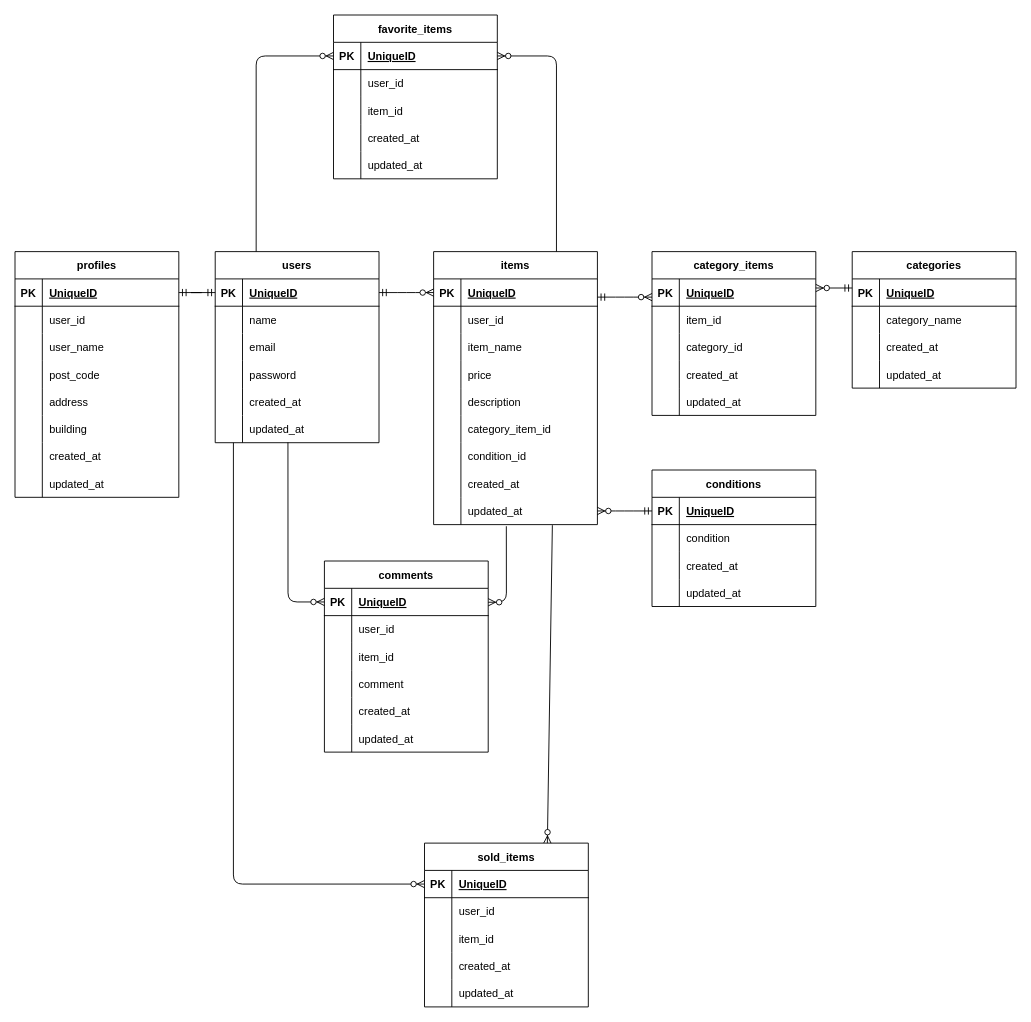
Earlier version of the draw.io diagram src/er.dio (sakanadaketabetetai/coachtech_flea_market). Source tidied: cells renumbered, new cells numbered last; positions are measured from the earlier drawing's top-left corner, leaving out a move shared by most shapes. Both pictures are drawn from the tidied source at 91%, with x=0, y=0 at pixel (15, 15).
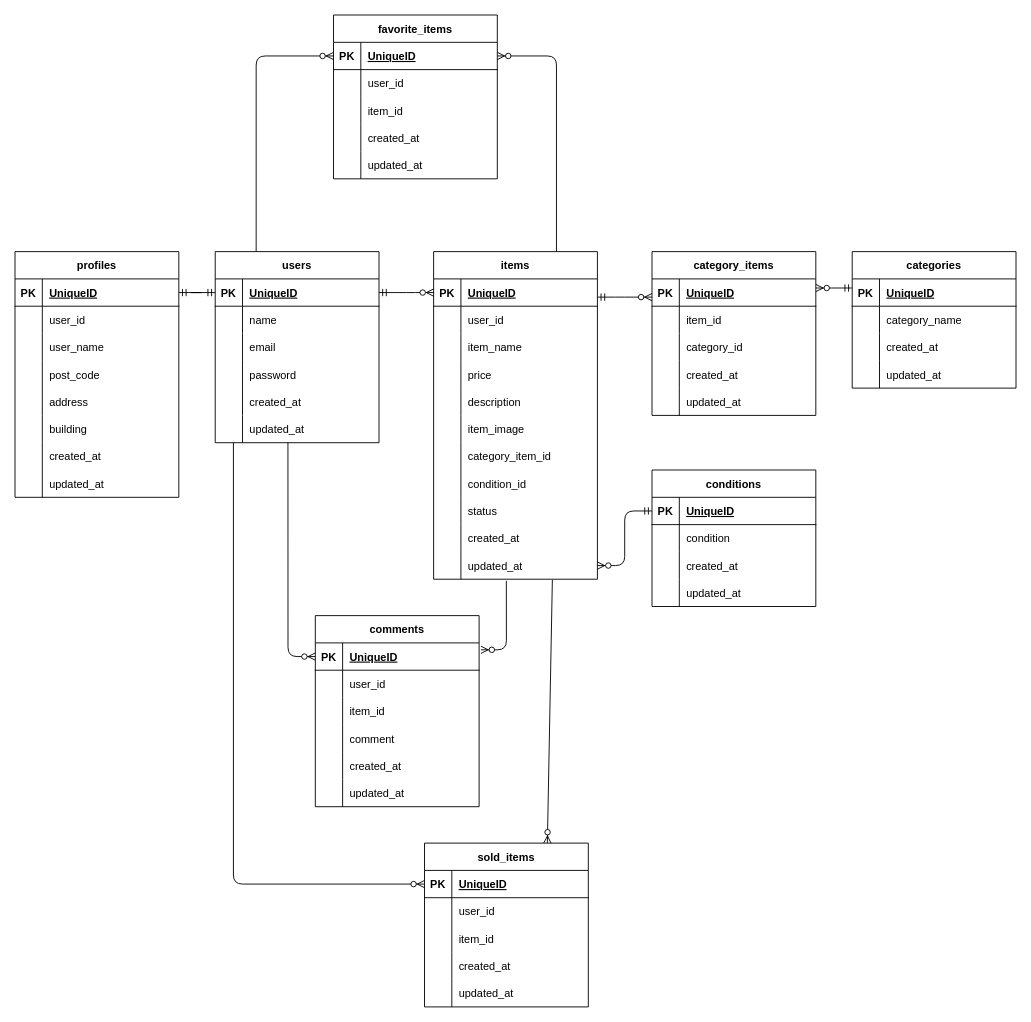
The same page after the edit.

The change refers to these unchanged cells:
```xml
<mxCell id="120" style="shape=tableRow;horizontal=0;startSize=0;swimlaneHead=0;swimlaneBody=0;fillColor=none;points=[[0,0.5],[1,0.5]];portConstraint=eastwest;top=0;left=0;right=0;bottom=1;" parent="119" vertex="1">
  <mxGeometry y="30" width="180" height="30" as="geometry" />
</mxCell>
```

The edit, as a diff of the source:
```diff
@@
     <mxCell id="21" value="items" style="shape=table;startSize=30;childLayout=tableLayout;rowLines=0;fontStyle=1;align=center;" parent="1" vertex="1">
-      <mxGeometry x="460" y="260" width="180" height="300" as="geometry" />
+      <mxGeometry x="460" y="260" width="180" height="360" as="geometry" />
     </mxCell>
@@
+    <mxCell id="178" style="shape=tableRow;horizontal=0;startSize=0;swimlaneHead=0;swimlaneBody=0;fillColor=none;top=0;left=0;right=0;bottom=0;" parent="21" vertex="1">
+      <mxGeometry y="180" width="180" height="30" as="geometry" />
+    </mxCell>
+    <mxCell id="179" style="shape=partialRectangle;fillColor=none;top=0;left=0;bottom=0;right=0;overflow=hidden;" parent="178" vertex="1">
+      <mxGeometry width="30" height="30" as="geometry" />
+    </mxCell>
+    <mxCell id="180" value="item_image" style="shape=partialRectangle;fillColor=none;top=0;left=0;bottom=0;right=0;align=left;spacingLeft=6;overflow=hidden;" parent="178" vertex="1">
+      <mxGeometry x="30" width="150" height="30" as="geometry" />
+    </mxCell>
     <mxCell id="37" style="shape=tableRow;horizontal=0;startSize=0;swimlaneHead=0;swimlaneBody=0;fillColor=none;top=0;left=0;right=0;bottom=0;" parent="21" vertex="1">
-      <mxGeometry y="180" width="180" height="30" as="geometry" />
+      <mxGeometry y="210" width="180" height="30" as="geometry" />
     </mxCell>
@@
     <mxCell id="40" style="shape=tableRow;horizontal=0;startSize=0;swimlaneHead=0;swimlaneBody=0;fillColor=none;top=0;left=0;right=0;bottom=0;" parent="21" vertex="1">
-      <mxGeometry y="210" width="180" height="30" as="geometry" />
+      <mxGeometry y="240" width="180" height="30" as="geometry" />
     </mxCell>
@@
+    <mxCell id="181" style="shape=tableRow;horizontal=0;startSize=0;swimlaneHead=0;swimlaneBody=0;fillColor=none;top=0;left=0;right=0;bottom=0;" parent="21" vertex="1">
+      <mxGeometry y="270" width="180" height="30" as="geometry" />
+    </mxCell>
+    <mxCell id="182" style="shape=partialRectangle;fillColor=none;top=0;left=0;bottom=0;right=0;overflow=hidden;" parent="181" vertex="1">
+      <mxGeometry width="30" height="30" as="geometry" />
+    </mxCell>
+    <mxCell id="183" value="status" style="shape=partialRectangle;fillColor=none;top=0;left=0;bottom=0;right=0;align=left;spacingLeft=6;overflow=hidden;" parent="181" vertex="1">
+      <mxGeometry x="30" width="150" height="30" as="geometry" />
+    </mxCell>
     <mxCell id="43" style="shape=tableRow;horizontal=0;startSize=0;swimlaneHead=0;swimlaneBody=0;fillColor=none;top=0;left=0;right=0;bottom=0;" parent="21" vertex="1">
-      <mxGeometry y="240" width="180" height="30" as="geometry" />
+      <mxGeometry y="300" width="180" height="30" as="geometry" />
     </mxCell>
@@
     <mxCell id="46" style="shape=tableRow;horizontal=0;startSize=0;swimlaneHead=0;swimlaneBody=0;fillColor=none;points=[[0,0.5],[1,0.5]];portConstraint=eastwest;top=0;left=0;right=0;bottom=0;" parent="21" vertex="1">
-      <mxGeometry y="270" width="180" height="30" as="geometry" />
+      <mxGeometry y="330" width="180" height="30" as="geometry" />
     </mxCell>
@@
     <mxCell id="119" value="comments" style="shape=table;startSize=30;childLayout=tableLayout;rowLines=0;fontStyle=1;align=center;" parent="1" vertex="1">
-      <mxGeometry x="340" y="600" width="180" height="210" as="geometry" />
+      <mxGeometry x="330" y="660" width="180" height="210" as="geometry" />
     </mxCell>
@@
-    <mxCell id="174" style="edgeStyle=elbowEdgeStyle;fontSize=12;html=1;endArrow=ERzeroToMany;endFill=1;entryX=0;entryY=0.5;entryDx=0;entryDy=0;exitX=0.444;exitY=1.06;exitDx=0;exitDy=0;exitPerimeter=0;" parent="1" edge="1" source="46">
+    <mxCell id="174" style="edgeStyle=elbowEdgeStyle;fontSize=12;html=1;endArrow=ERzeroToMany;endFill=1;entryX=1.011;entryY=0.253;entryDx=0;entryDy=0;exitX=0.444;exitY=1.06;exitDx=0;exitDy=0;exitPerimeter=0;entryPerimeter=0;" parent="1" edge="1" source="46" target="120">
       <mxGeometry relative="1" as="geometry">
-        <mxPoint x="520" y="645.3" as="targetPoint" />
         <Array as="points">
-          <mxPoint x="540" y="560" />
+          <mxPoint x="540" y="670" />
         </Array>
       </mxGeometry>
     </mxCell>
```
